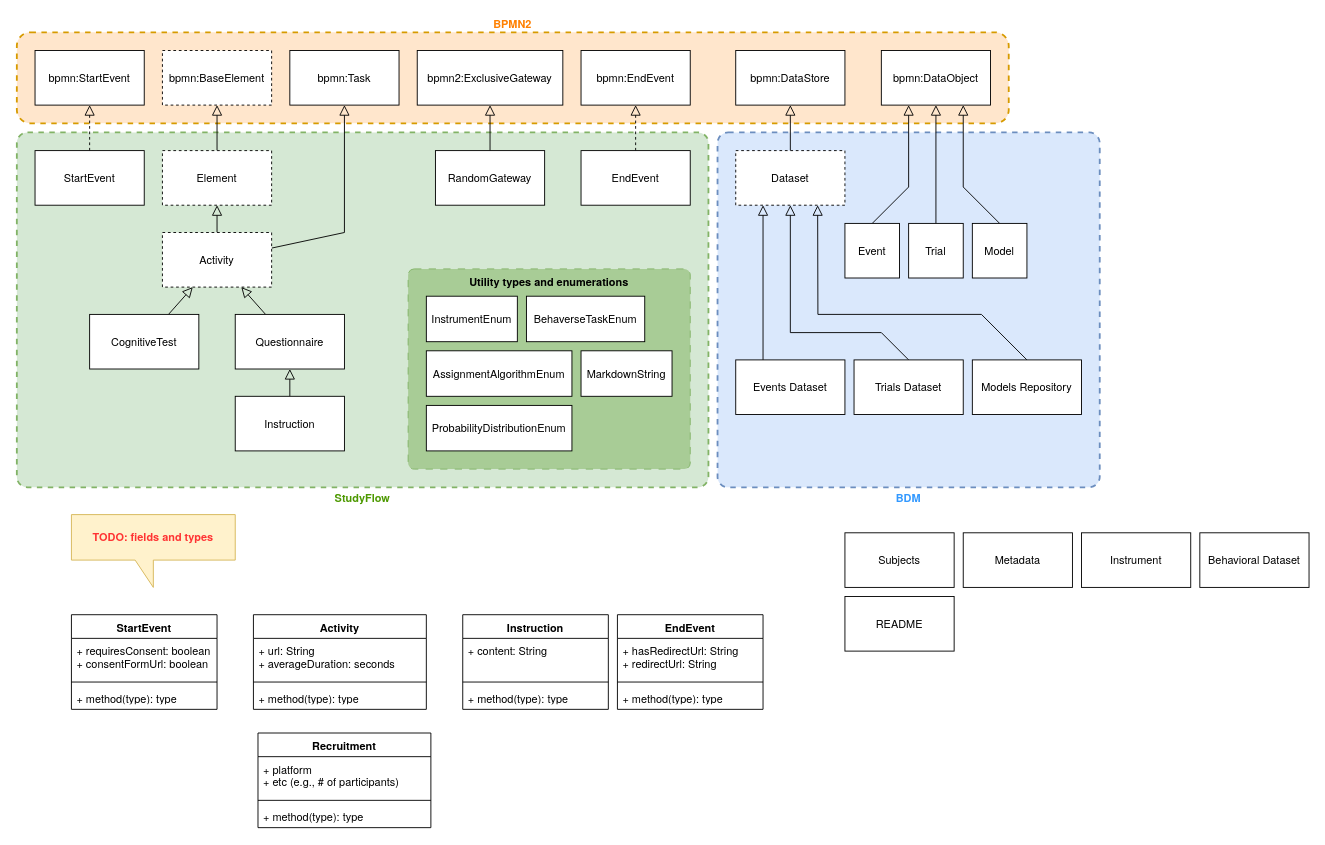
behaverse/studyflow-modeler keeps this draw.io diagram as page "Page-1" (1 of 6) of docs/assets/img/extra_figures.drawio. Above is the earlier version. Source tidied: cells renumbered, new cells numbered last; positions are measured from the earlier drawing's top-left corner, leaving out a move shared by most shapes. Both pictures are drawn from the tidied source at 91%, with x=0, y=0 at pixel (16, 32).
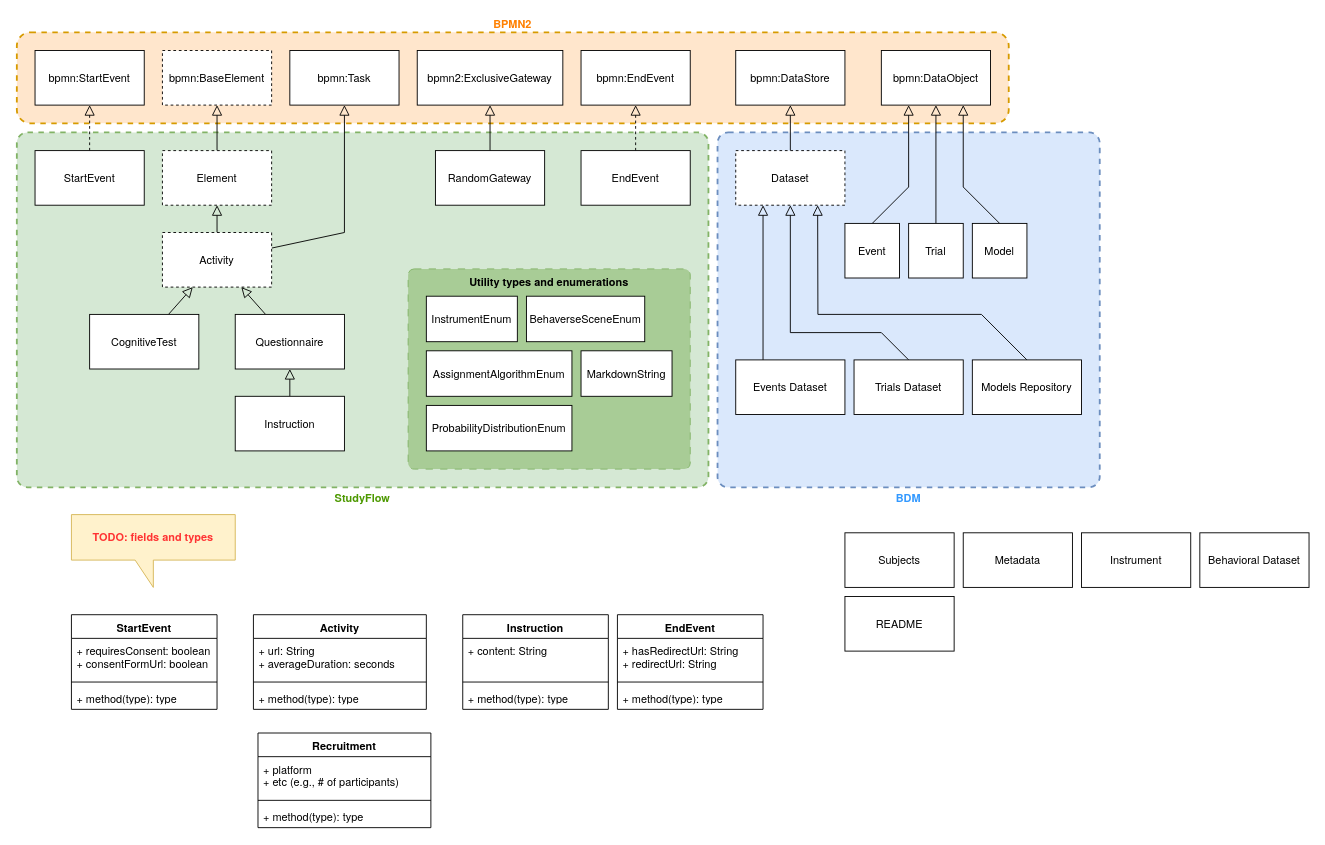
After the change.

Commit message (it also covers changes not shown here):
[skip ci] rewrite schemas for tool compatibility

The edit, as a diff of the source:
```diff
@@
-    <mxCell id="48" value="BehaverseTaskEnum" style="html=1;whiteSpace=wrap;fontFamily=Helvetica Neue;" parent="1" vertex="1">
+    <mxCell id="48" value="BehaverseSceneEnum" style="html=1;whiteSpace=wrap;fontFamily=Helvetica Neue;" parent="1" vertex="1">
       <mxGeometry x="560" y="290" width="130" height="50" as="geometry" />
     </mxCell>
```
